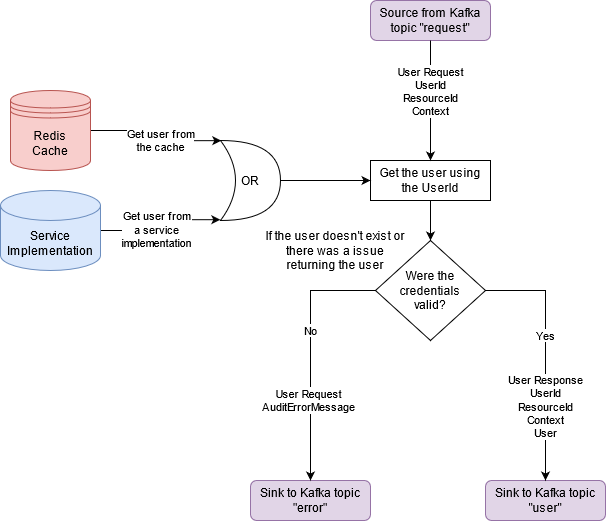
The draw.io diagram user-service/doc/user-service.png in gchq/Palisade-services, before a commit. Source tidied: cells renumbered, new cells last; positions are measured from the earlier drawing's top-left corner, leaving out a move shared by most shapes.
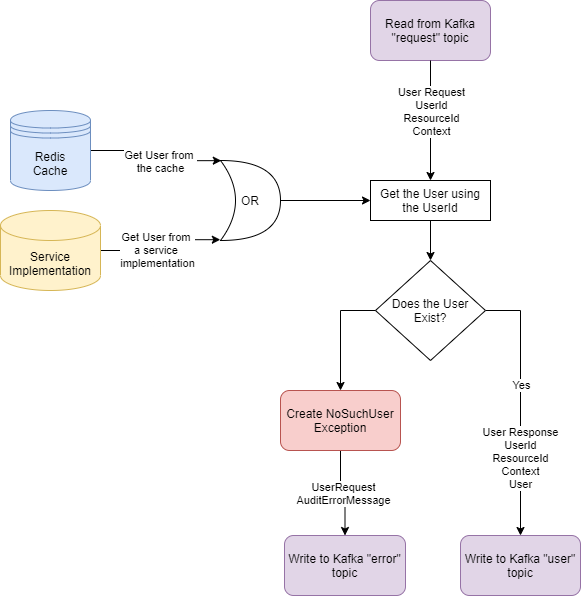
After the change.

Change to the diagram source:
```diff
@@ -2,13 +2,13 @@
   <root>
     <mxCell id="0" />
     <mxCell id="1" parent="0" />
-    <mxCell id="2" value="&lt;span&gt;Source from Kafka topic &quot;request&quot;&lt;/span&gt;" style="rounded=1;whiteSpace=wrap;html=1;fillColor=#e1d5e7;strokeColor=#9673a6;" parent="1" vertex="1">
-      <mxGeometry x="370" width="120" height="40" as="geometry" />
+    <mxCell id="2" value="&lt;span&gt;Read from Kafka &quot;request&quot; topic&lt;/span&gt;" style="rounded=1;whiteSpace=wrap;html=1;fillColor=#e1d5e7;strokeColor=#9673a6;" parent="1" vertex="1">
+      <mxGeometry x="370" y="-20" width="120" height="60" as="geometry" />
     </mxCell>
     <mxCell id="3" style="edgeStyle=orthogonalEdgeStyle;rounded=0;jettySize=auto;html=1;exitX=0.5;exitY=1;exitDx=0;exitDy=0;" parent="1" edge="1" source="4" target="22">
       <mxGeometry relative="1" as="geometry" />
     </mxCell>
-    <mxCell id="4" value="Get the user using the UserId" style="rounded=0;whiteSpace=wrap;html=1;" parent="1" vertex="1">
+    <mxCell id="4" value="Get the User using the UserId" style="rounded=0;whiteSpace=wrap;html=1;" parent="1" vertex="1">
       <mxGeometry x="370" y="160" width="120" height="40" as="geometry" />
     </mxCell>
     <mxCell id="5" style="endArrow=classic;html=1;exitX=0.5;exitY=1;exitDx=0;exitDy=0;" parent="1" edge="1" source="2" target="4">
@@ -27,12 +27,12 @@
         </Array>
       </mxGeometry>
     </mxCell>
-    <mxCell id="8" value="&lt;div&gt;Get user from &lt;br&gt;&lt;/div&gt;&lt;div&gt;the cache&lt;/div&gt;" style="edgeLabel;html=1;align=center;verticalAlign=middle;" parent="7" vertex="1">
+    <mxCell id="8" value="&lt;div&gt;Get User from &lt;br&gt;&lt;/div&gt;&lt;div&gt;the cache&lt;/div&gt;" style="edgeLabel;html=1;align=center;verticalAlign=middle;" parent="7" vertex="1">
       <mxGeometry x="-0.23" relative="1" as="geometry">
         <mxPoint x="15" y="10" as="offset" />
       </mxGeometry>
     </mxCell>
-    <mxCell id="9" value="&lt;div&gt;&lt;span&gt;Redis&lt;/span&gt;&lt;/div&gt;&lt;div&gt;&lt;span&gt;Cache&lt;/span&gt;&lt;/div&gt;" style="shape=datastore;whiteSpace=wrap;html=1;labelBackgroundColor=none;fillColor=#f8cecc;strokeColor=#b85450;" parent="1" vertex="1">
+    <mxCell id="9" value="&lt;div&gt;&lt;span&gt;Redis&lt;/span&gt;&lt;/div&gt;&lt;div&gt;&lt;span&gt;Cache&lt;/span&gt;&lt;/div&gt;" style="shape=datastore;whiteSpace=wrap;html=1;labelBackgroundColor=none;fillColor=#dae8fc;strokeColor=#6c8ebf;" parent="1" vertex="1">
       <mxGeometry x="10" y="90" width="80" height="80" as="geometry" />
     </mxCell>
     <mxCell id="10" style="edgeStyle=orthogonalEdgeStyle;rounded=0;jettySize=auto;html=1;exitX=1;exitY=0.5;exitDx=0;exitDy=0;exitPerimeter=0;entryX=-0.003;entryY=0.99;entryDx=0;entryDy=0;entryPerimeter=0;" parent="1" edge="1" source="12" target="14">
@@ -43,12 +43,12 @@
         </Array>
       </mxGeometry>
     </mxCell>
-    <mxCell id="11" value="&lt;div&gt;Get user from &lt;br&gt;&lt;/div&gt;&lt;div&gt;a service &lt;br&gt;&lt;/div&gt;&lt;div&gt;implementation&lt;/div&gt;" style="edgeLabel;html=1;align=center;verticalAlign=middle;" parent="10" vertex="1">
+    <mxCell id="11" value="&lt;div&gt;Get User from &lt;br&gt;&lt;/div&gt;&lt;div&gt;a service &lt;br&gt;&lt;/div&gt;&lt;div&gt;implementation&lt;/div&gt;" style="edgeLabel;html=1;align=center;verticalAlign=middle;" parent="10" vertex="1">
       <mxGeometry x="0.23" relative="1" as="geometry">
         <mxPoint x="-14" y="10" as="offset" />
       </mxGeometry>
     </mxCell>
-    <mxCell id="12" value="Service Implementation" style="shape=cylinder3;whiteSpace=wrap;html=1;boundedLbl=1;backgroundOutline=1;size=15;fillColor=#dae8fc;strokeColor=#6c8ebf;" parent="1" vertex="1">
+    <mxCell id="12" value="Service Implementation" style="shape=cylinder3;whiteSpace=wrap;html=1;boundedLbl=1;backgroundOutline=1;size=15;fillColor=#fff2cc;strokeColor=#d6b656;" parent="1" vertex="1">
       <mxGeometry y="190" width="100" height="80" as="geometry" />
     </mxCell>
     <mxCell id="13" style="edgeStyle=orthogonalEdgeStyle;rounded=0;jettySize=auto;html=1;exitX=1;exitY=0.5;exitDx=0;exitDy=0;exitPerimeter=0;entryX=0;entryY=0.5;entryDx=0;entryDy=0;" parent="1" edge="1" source="14" target="4">
@@ -57,29 +57,31 @@
     <mxCell id="14" value="&lt;div&gt;OR&lt;/div&gt;" style="shape=xor;whiteSpace=wrap;html=1;rotation=0;" parent="1" vertex="1">
       <mxGeometry x="220" y="140" width="60" height="80" as="geometry" />
     </mxCell>
-    <mxCell id="15" value="&lt;span&gt;Sink to Kafka topic &quot;user&quot;&lt;/span&gt;" style="rounded=1;whiteSpace=wrap;html=1;fillColor=#e1d5e7;strokeColor=#9673a6;" parent="1" vertex="1">
-      <mxGeometry x="485" y="480" width="120" height="40" as="geometry" />
+    <mxCell id="15" value="&lt;span&gt;Write to Kafka &quot;user&quot; topic&lt;/span&gt;" style="rounded=1;whiteSpace=wrap;html=1;fillColor=#e1d5e7;strokeColor=#9673a6;" parent="1" vertex="1">
+      <mxGeometry x="460" y="515" width="120" height="60" as="geometry" />
     </mxCell>
-    <mxCell id="16" value="Sink to Kafka topic &quot;error&quot;" style="rounded=1;whiteSpace=wrap;html=1;fillColor=#e1d5e7;strokeColor=#9673a6;" parent="1" vertex="1">
-      <mxGeometry x="250" y="480" width="120" height="40" as="geometry" />
+    <mxCell id="16" value="Write to Kafka &quot;error&quot; topic" style="rounded=1;whiteSpace=wrap;html=1;fillColor=#e1d5e7;strokeColor=#9673a6;" parent="1" vertex="1">
+      <mxGeometry x="284" y="515" width="121" height="60" as="geometry" />
     </mxCell>
-    <mxCell id="17" value="If the user doesn't exist or there was a issue returning the user" style="text;html=1;strokeColor=none;fillColor=none;align=center;verticalAlign=middle;whiteSpace=wrap;rounded=0;" parent="1" vertex="1">
-      <mxGeometry x="260" y="220" width="150" height="60" as="geometry" />
-    </mxCell>
-    <mxCell id="18" value="No" style="edgeStyle=orthogonalEdgeStyle;rounded=0;jettySize=auto;html=1;exitX=0;exitY=0.5;exitDx=0;exitDy=0;entryX=0.5;entryY=0;entryDx=0;entryDy=0;" parent="1" edge="1" source="22" target="16">
-      <mxGeometry x="-0.18" relative="1" as="geometry" />
-    </mxCell>
-    <mxCell id="19" value="User Request&lt;br&gt;AuditErrorMessage" style="edgeLabel;html=1;align=center;verticalAlign=middle;" parent="18" vertex="1">
-      <mxGeometry x="0.37" y="-2" relative="1" as="geometry" />
-    </mxCell>
     <mxCell id="20" value="&lt;div&gt;User Response&lt;/div&gt;&lt;div&gt;UserId&lt;/div&gt;ResourceId&lt;br&gt;Context&lt;br&gt;User" style="edgeStyle=orthogonalEdgeStyle;rounded=0;jettySize=auto;html=1;exitX=1;exitY=0.5;exitDx=0;exitDy=0;" parent="1" edge="1" source="22" target="15">
       <mxGeometry x="0.41" relative="1" as="geometry" />
     </mxCell>
     <mxCell id="21" value="Yes" style="edgeLabel;html=1;align=center;verticalAlign=middle;" parent="20" vertex="1">
       <mxGeometry x="-0.16" relative="1" as="geometry" />
     </mxCell>
+    <mxCell id="23" style="edgeStyle=orthogonalEdgeStyle;rounded=0;jettySize=auto;html=1;exitX=0;exitY=0.5;exitDx=0;exitDy=0;entryX=0.5;entryY=0;entryDx=0;entryDy=0;" parent="1" edge="1" target="25">
+      <mxGeometry relative="1" as="geometry">
+        <mxPoint x="405" y="290" as="sourcePoint" />
+      </mxGeometry>
+    </mxCell>
-    <mxCell id="22" value="&lt;div&gt;Were the&lt;/div&gt;&lt;div&gt; credentials &lt;br&gt;&lt;/div&gt;&lt;div&gt;valid?&lt;br&gt;&lt;/div&gt;" style="rhombus;whiteSpace=wrap;html=1;" parent="1" vertex="1">
+    <mxCell id="22" value="&lt;div&gt;Does the User&lt;/div&gt;&lt;div&gt;Exist?&lt;/div&gt;" style="rhombus;whiteSpace=wrap;html=1;" parent="1" vertex="1">
       <mxGeometry x="375" y="240" width="110" height="100" as="geometry" />
     </mxCell>
+    <mxCell id="24" value="UserRequest&lt;br&gt;AuditErrorMessage" style="edgeStyle=orthogonalEdgeStyle;rounded=0;jettySize=auto;html=1;exitX=0.5;exitY=1;exitDx=0;exitDy=0;entryX=0.5;entryY=0;entryDx=0;entryDy=0;" parent="1" edge="1" source="25" target="16">
+      <mxGeometry relative="1" as="geometry" />
+    </mxCell>
+    <mxCell id="25" value="Create NoSuchUser Exception" style="rounded=1;whiteSpace=wrap;html=1;fillColor=#f8cecc;strokeColor=#b85450;" parent="1" vertex="1">
+      <mxGeometry x="280" y="370" width="120" height="60" as="geometry" />
+    </mxCell>
   </root>
 </mxGraphModel>
```
